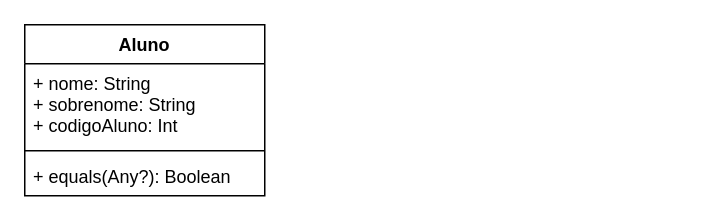
Before: UML-Desafio.drawio in GustavoSantos25/DesafioM-duloKotlin, a draw.io diagram. Source tidied: cells renumbered, new cells numbered last; positions are measured from the earlier drawing's top-left corner, leaving out a move shared by most shapes. Both pictures are drawn from the tidied source at 150%, with x=0, y=0 at pixel (24, 24).
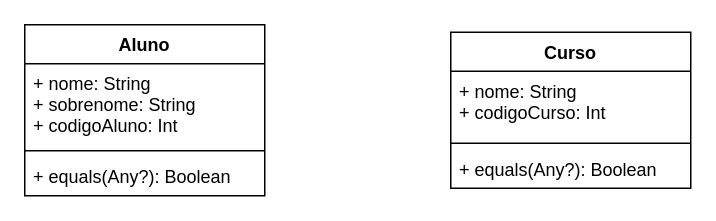
Above is the later version.

Commit message:
Parte B - UML Classe Curso

Change to the diagram source:
```diff
@@
 <mxGraphModel>
   <root>
     <mxCell id="0" />
     <mxCell id="1" parent="0" />
     <mxCell id="2" value="Aluno" style="swimlane;fontStyle=1;align=center;verticalAlign=top;horizontal=1;startSize=26;" parent="1" vertex="1">
       <mxGeometry width="160" height="114" as="geometry" />
     </mxCell>
     <mxCell id="3" value="+ nome: String&#10;+ sobrenome: String&#10;+ codigoAluno: Int" style="text;strokeColor=none;fillColor=none;align=left;verticalAlign=top;spacingLeft=4;spacingRight=4;overflow=hidden;" parent="2" vertex="1">
       <mxGeometry y="26" width="160" height="54" as="geometry" />
     </mxCell>
     <mxCell id="4" style="line;strokeWidth=1;fillColor=none;align=left;verticalAlign=middle;spacingTop=-1;spacingLeft=3;spacingRight=3;labelPosition=right;" parent="2" vertex="1">
       <mxGeometry y="80" width="160" height="8" as="geometry" />
     </mxCell>
     <mxCell id="5" value="+ equals(Any?): Boolean" style="text;strokeColor=none;fillColor=none;align=left;verticalAlign=top;spacingLeft=4;spacingRight=4;overflow=hidden;" parent="2" vertex="1">
       <mxGeometry y="88" width="160" height="26" as="geometry" />
     </mxCell>
+    <mxCell id="6" value="Curso" style="swimlane;fontStyle=1;align=center;verticalAlign=top;horizontal=1;startSize=26;" parent="1" vertex="1">
+      <mxGeometry x="284" y="5" width="160" height="104" as="geometry" />
+    </mxCell>
+    <mxCell id="7" value="+ nome: String&#10;+ codigoCurso: Int" style="text;strokeColor=none;fillColor=none;align=left;verticalAlign=top;spacingLeft=4;spacingRight=4;overflow=hidden;" parent="6" vertex="1">
+      <mxGeometry y="26" width="160" height="44" as="geometry" />
+    </mxCell>
+    <mxCell id="8" style="line;strokeWidth=1;fillColor=none;align=left;verticalAlign=middle;spacingTop=-1;spacingLeft=3;spacingRight=3;labelPosition=right;" parent="6" vertex="1">
+      <mxGeometry y="70" width="160" height="8" as="geometry" />
+    </mxCell>
+    <mxCell id="9" value="+ equals(Any?): Boolean" style="text;strokeColor=none;fillColor=none;align=left;verticalAlign=top;spacingLeft=4;spacingRight=4;overflow=hidden;" parent="6" vertex="1">
+      <mxGeometry y="78" width="160" height="26" as="geometry" />
+    </mxCell>
   </root>
 </mxGraphModel>
```
